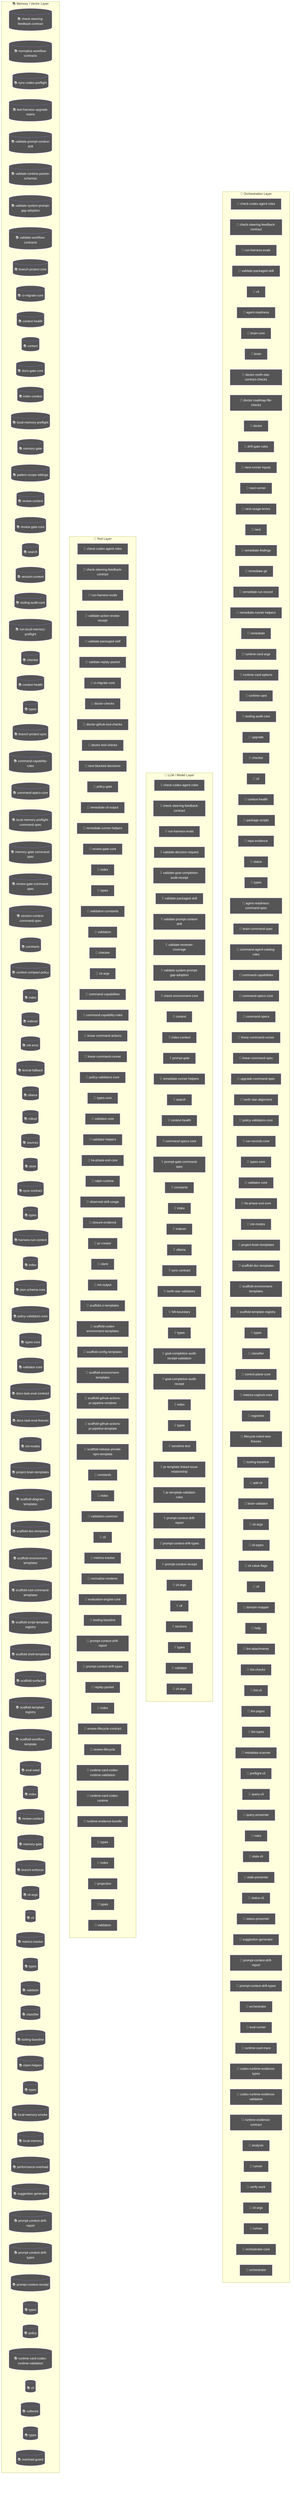
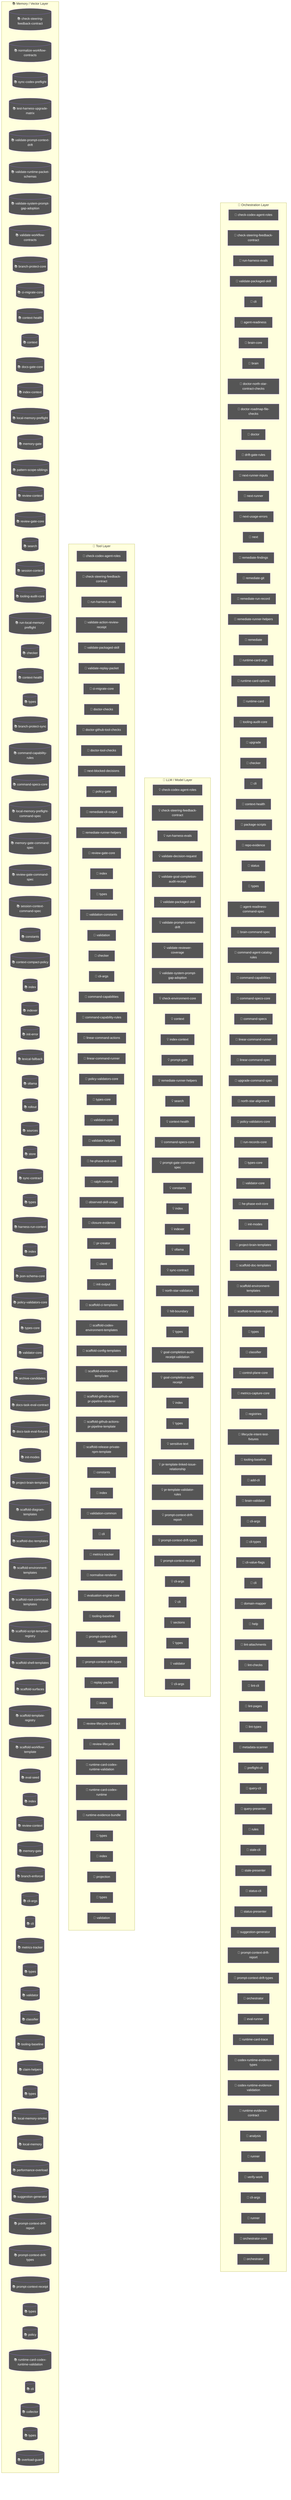
flowchart TD
  subgraph Orchestration["🎯 Orchestration Layer"]
    node_agent_mmd_orchestration_layer_orchestration_chec_7a9f0b64["🤖 check-codex-agent-roles"]
    node_agent_mmd_orchestration_layer_orchestration_chec_7fd47f5c["🤖 check-steering-feedback-contract"]
    node_agent_mmd_orchestration_layer_orchestration_run__18817957["🤖 run-harness-evals"]
    node_agent_mmd_orchestration_layer_orchestration_vali_c01b04be["🤖 validate-packaged-skill"]
    cli_99bb8840["🤖 cli"]
    agent_readiness_c82c68e6["🤖 agent-readiness"]
    brain_core_aa07c380["🤖 brain-core"]
    brain_bbbf7a64["🤖 brain"]
    doctor_north_star_contract_checks_0048124c["🤖 doctor-north-star-contract-checks"]
    doctor_roadmap_file_checks_14447b8e["🤖 doctor-roadmap-file-checks"]
    doctor_72f4be89["🤖 doctor"]
    drift_gate_rules_9685e72d["🤖 drift-gate-rules"]
    next_runner_inputs_754dba64["🤖 next-runner-inputs"]
    next_runner_41643472["🤖 next-runner"]
    next_usage_errors_837a345a["🤖 next-usage-errors"]
    next_c6c1c9a9["🤖 next"]
    remediate_findings_8b09c8c6["🤖 remediate-findings"]
    remediate_git_58c6f6f4["🤖 remediate-git"]
    remediate_run_record_9dfe5dc1["🤖 remediate-run-record"]
    node_agent_mmd_orchestration_layer_orchestration_reme_359fe98f["🤖 remediate-runner-helpers"]
    remediate_06b9c7fc["🤖 remediate"]
    runtime_card_args_2b3d4b28["🤖 runtime-card-args"]
    runtime_card_options_c9156ad5["🤖 runtime-card-options"]
    runtime_card_e06b53e1["🤖 runtime-card"]
    node_agent_mmd_orchestration_layer_orchestration_tool_acfe0c01["🤖 tooling-audit-core"]
    upgrade_7fef9479["🤖 upgrade"]
    node_agent_mmd_orchestration_layer_orchestration_chec_0550c395["🤖 checker"]
    cli_1_084e05fe["🤖 cli"]
    node_agent_mmd_orchestration_layer_orchestration_cont_61b3b9c9["🤖 context-health"]
    package_scripts_3ee6150f["🤖 package-scripts"]
    repo_evidence_38bb1de5["🤖 repo-evidence"]
    status_073c1634["🤖 status"]
    node_agent_mmd_orchestration_layer_orchestration_type_4f906dcc["🤖 types"]
    agent_readiness_command_spec_a30c2c1e["🤖 agent-readiness-command-spec"]
    brain_command_spec_15b122d5["🤖 brain-command-spec"]
    command_agent_catalog_rules_8e06b2af["🤖 command-agent-catalog-rules"]
    node_agent_mmd_orchestration_layer_orchestration_comm_6e41a7f7["🤖 command-capabilities"]
    node_agent_mmd_orchestration_layer_orchestration_comm_1f8cc24c["🤖 command-specs-core"]
    command_specs_69167c63["🤖 command-specs"]
    node_agent_mmd_orchestration_layer_orchestration_line_b67affd5["🤖 linear-command-runner"]
    linear_command_spec_1e12dd44["🤖 linear-command-spec"]
    upgrade_command_spec_03f6c7bd["🤖 upgrade-command-spec"]
    north_star_alignment_00440188["🤖 north-star-alignment"]
    node_agent_mmd_orchestration_layer_orchestration_poli_3270b55d["🤖 policy-validators-core"]
    run_records_core_89286dfa["🤖 run-records-core"]
    node_agent_mmd_orchestration_layer_orchestration_type_7cf81261["🤖 types-core"]
    node_agent_mmd_orchestration_layer_orchestration_vali_d9fe99e6["🤖 validator-core"]
    node_agent_mmd_orchestration_layer_orchestration_he_p_fc778c24["🤖 he-phase-exit-core"]
    node_agent_mmd_orchestration_layer_orchestration_init_2a9c3ecb["🤖 init-modes"]
    node_agent_mmd_orchestration_layer_orchestration_proj_6ab6f60f["🤖 project-brain-templates"]
    node_agent_mmd_orchestration_layer_orchestration_scaf_12cc07db["🤖 scaffold-doc-templates"]
    node_agent_mmd_orchestration_layer_orchestration_scaf_c9a90c2f["🤖 scaffold-environment-templates"]
    node_agent_mmd_orchestration_layer_orchestration_scaf_ff8f92f6["🤖 scaffold-template-registry"]
    types_16_0fae1112["🤖 types"]
    node_agent_mmd_orchestration_layer_orchestration_clas_899b821a["🤖 classifier"]
    control_plane_core_db3b4cb2["🤖 control-plane-core"]
    metrics_capture_core_db4bf7cf["🤖 metrics-capture-core"]
    registries_06402afa["🤖 registries"]
    lifecycle_intent_test_fixtures_a53c7ada["🤖 lifecycle-intent-test-fixtures"]
    node_agent_mmd_orchestration_layer_orchestration_tool_cc43149f["🤖 tooling-baseline"]
    add_cli_7614de25["🤖 add-cli"]
    brain_validator_be251832["🤖 brain-validator"]
    cli_args_8_d546936e["🤖 cli-args"]
    cli_types_1686e858["🤖 cli-types"]
    cli_value_flags_732a8e43["🤖 cli-value-flags"]
    cli_9_b54c1407["🤖 cli"]
    domain_mapper_cd9333d2["🤖 domain-mapper"]
    help_106a5842["🤖 help"]
    lint_attachments_873c0632["🤖 lint-attachments"]
    lint_checks_83522b19["🤖 lint-checks"]
    lint_cli_9ec62ec0["🤖 lint-cli"]
    lint_pages_e33301d0["🤖 lint-pages"]
    lint_types_2862c255["🤖 lint-types"]
    metadata_scanner_6a101b66["🤖 metadata-scanner"]
    preflight_cli_5d148379["🤖 preflight-cli"]
    query_cli_b95be64d["🤖 query-cli"]
    query_presenter_02e6077c["🤖 query-presenter"]
    rules_6c621d1a["🤖 rules"]
    stale_cli_64548720["🤖 stale-cli"]
    stale_presenter_1de4e3a2["🤖 stale-presenter"]
    status_cli_4c24a0d6["🤖 status-cli"]
    status_presenter_8de686c1["🤖 status-presenter"]
    node_agent_mmd_orchestration_layer_orchestration_sugg_85c5ebe3["🤖 suggestion-generator"]
    node_agent_mmd_orchestration_layer_orchestration_prom_d17b4de2["🤖 prompt-context-drift-report"]
    node_agent_mmd_orchestration_layer_orchestration_prom_77088997["🤖 prompt-context-drift-types"]
    orchestrator_11376b7e["🤖 orchestrator"]
    eval_runner_0966a6b3["🤖 eval-runner"]
    runtime_card_trace_64a5ca95["🤖 runtime-card-trace"]
    codex_runtime_evidence_types_f55808dd["🤖 codex-runtime-evidence-types"]
    codex_runtime_evidence_validation_d060a92d["🤖 codex-runtime-evidence-validation"]
    runtime_evidence_contract_0f7b15b2["🤖 runtime-evidence-contract"]
    analysis_f44e85c4["🤖 analysis"]
    runner_527aa9f4["🤖 runner"]
    verify_work_1_cd8e7ec3["🤖 verify-work"]
    cli_args_14_3481043e["🤖 cli-args"]
    runner_1_6f281bf8["🤖 runner"]
    orchestrator_core_d0678b53["🤖 orchestrator-core"]
    orchestrator_1_6b7137c5["🤖 orchestrator"]
  end
  subgraph LLMLayer["🧠 LLM / Model Layer"]
    node_agent_mmd_llm_model_layer_llmlayer_check_codex_a_29e7b7fa["💡 check-codex-agent-roles"]
    node_agent_mmd_llm_model_layer_llmlayer_check_steerin_0e1bf90d["💡 check-steering-feedback-contract"]
    node_agent_mmd_llm_model_layer_llmlayer_run_harness_e_603fcfdc["💡 run-harness-evals"]
    validate_decision_request_2e5c325e["💡 validate-decision-request"]
    validate_goal_completion_audit_receipt_100d252c["💡 validate-goal-completion-audit-receipt"]
    node_agent_mmd_llm_model_layer_llmlayer_validate_pack_2a12e1f4["💡 validate-packaged-skill"]
    node_agent_mmd_llm_model_layer_llmlayer_validate_prom_9880f764["💡 validate-prompt-context-drift"]
    validate_reviewer_coverage_251efee3["💡 validate-reviewer-coverage"]
    node_agent_mmd_llm_model_layer_llmlayer_validate_syst_5636156e["💡 validate-system-prompt-gap-adoption"]
    check_environment_core_2c16213f["💡 check-environment-core"]
    node_agent_mmd_llm_model_layer_llmlayer_context_conte_ad2dfbd9["💡 context"]
    node_agent_mmd_llm_model_layer_llmlayer_index_context_1041bd11["💡 index-context"]
    prompt_gate_c5e9d207["💡 prompt-gate"]
    node_agent_mmd_llm_model_layer_llmlayer_remediate_run_9e3d4585["💡 remediate-runner-helpers"]
    node_agent_mmd_llm_model_layer_llmlayer_search_search_66b9a911["💡 search"]
    node_agent_mmd_llm_model_layer_llmlayer_context_healt_cfc0bfa8["💡 context-health"]
    node_agent_mmd_llm_model_layer_llmlayer_command_specs_782af9fa["💡 command-specs-core"]
    prompt_gate_command_spec_9a941482["💡 prompt-gate-command-spec"]
    node_agent_mmd_llm_model_layer_llmlayer_constants_con_c9bd3f6c["💡 constants"]
    node_agent_mmd_llm_model_layer_llmlayer_index_index_1_02e160ff["💡 index"]
    node_agent_mmd_llm_model_layer_llmlayer_indexer_index_4f4deef5["💡 indexer"]
    node_agent_mmd_llm_model_layer_llmlayer_ollama_ollama_968b23fa["💡 ollama"]
    node_agent_mmd_llm_model_layer_llmlayer_sync_contract_9f3cc8c1["💡 sync-contract"]
    north_star_validators_cfc926ce["💡 north-star-validators"]
    hilt_boundary_9b36fb15["💡 hilt-boundary"]
    types_10_75e5a4a0["💡 types"]
    goal_completion_audit_receipt_validation_9d0f4891["💡 goal-completion-audit-receipt-validation"]
    goal_completion_audit_receipt_5e4939c3["💡 goal-completion-audit-receipt"]
    index_5_522f772a["💡 index"]
    node_agent_mmd_llm_model_layer_llmlayer_constants_con_c9bd3f6c["💡 constants"]
    types_17_ed30531c["💡 types"]
    sensitive_text_7c11f760["💡 sensitive-text"]
    pr_template_linked_issue_relationship_a7b61f2c["💡 pr-template-linked-issue-relationship"]
    pr_template_validator_rules_20a32d6b["💡 pr-template-validator-rules"]
    node_agent_mmd_llm_model_layer_llmlayer_index_index_1_02e160ff["💡 index"]
    node_agent_mmd_llm_model_layer_llmlayer_prompt_contex_81f9066a["💡 prompt-context-drift-report"]
    node_agent_mmd_llm_model_layer_llmlayer_prompt_contex_e5066b88["💡 prompt-context-drift-types"]
    node_agent_mmd_llm_model_layer_llmlayer_index_index_1_02e160ff["💡 index"]
    node_agent_mmd_llm_model_layer_llmlayer_prompt_contex_6426acc2["💡 prompt-context-receipt"]
    cli_args_9_9c136878["💡 cli-args"]
    cli_10_35dc8cbd["💡 cli"]
    sections_4697ef32["💡 sections"]
    types_27_4d134744["💡 types"]
    validator_7_f836eb0e["💡 validator"]
    cli_args_10_861cdd3f["💡 cli-args"]
  end
  subgraph ToolLayer["🔧 Tool Layer"]
    node_agent_mmd_tool_layer_toollayer_check_codex_agent_4b361d5a["🔧 check-codex-agent-roles"]
    node_agent_mmd_tool_layer_toollayer_check_steering_fe_eafecf3a["🔧 check-steering-feedback-contract"]
    node_agent_mmd_tool_layer_toollayer_run_harness_evals_e2ee24f1["🔧 run-harness-evals"]
    validate_action_review_receipt_fa2f06c3["🔧 validate-action-review-receipt"]
    node_agent_mmd_tool_layer_toollayer_validate_packaged_2855c827["🔧 validate-packaged-skill"]
    validate_replay_packet_f309747e["🔧 validate-replay-packet"]
    node_agent_mmd_tool_layer_toollayer_ci_migrate_core_c_049f8460["🔧 ci-migrate-core"]
    doctor_checks_5a2eb2b9["🔧 doctor-checks"]
    doctor_github_tool_checks_a53b0382["🔧 doctor-github-tool-checks"]
    doctor_tool_checks_4acac51a["🔧 doctor-tool-checks"]
    next_blocked_decisions_4140ad2b["🔧 next-blocked-decisions"]
    policy_gate_213f7313["🔧 policy-gate"]
    remediate_cli_output_cc165396["🔧 remediate-cli-output"]
    node_agent_mmd_tool_layer_toollayer_remediate_runner__c003b871["🔧 remediate-runner-helpers"]
    node_agent_mmd_tool_layer_toollayer_review_gate_core__7704598b["🔧 review-gate-core"]
    index_1bc04b52["🔧 index"]
    types_1_4ecdf56e["🔧 types"]
    validation_constants_e002a0f6["🔧 validation-constants"]
    validation_98c41dcd["🔧 validation"]
    node_agent_mmd_tool_layer_toollayer_checker_checker_2_453d593b["🔧 checker"]
    cli_args_1_6144b055["🔧 cli-args"]
    node_agent_mmd_tool_layer_toollayer_command_capabilit_7fe13db1["🔧 command-capabilities"]
    node_agent_mmd_tool_layer_toollayer_command_capabilit_e97a4615["🔧 command-capability-rules"]
    linear_command_actions_e430f4f4["🔧 linear-command-actions"]
    node_agent_mmd_tool_layer_toollayer_linear_command_ru_d6763748["🔧 linear-command-runner"]
    node_agent_mmd_tool_layer_toollayer_policy_validators_af136abf["🔧 policy-validators-core"]
    node_agent_mmd_tool_layer_toollayer_types_core_types__6c8319b6["🔧 types-core"]
    node_agent_mmd_tool_layer_toollayer_validator_core_va_6ef6131f["🔧 validator-core"]
    validator_helpers_7b927667["🔧 validator-helpers"]
    node_agent_mmd_tool_layer_toollayer_he_phase_exit_cor_af016160["🔧 he-phase-exit-core"]
    ralph_runtime_73d63c0e["🔧 ralph-runtime"]
    observed_skill_usage_ed7d5930["🔧 observed-skill-usage"]
    closure_evidence_aaa31467["🔧 closure-evidence"]
    pr_creator_dc6b1ea4["🔧 pr-creator"]
    client_948fe603["🔧 client"]
    init_output_360dce91["🔧 init-output"]
    scaffold_ci_templates_2afd6392["🔧 scaffold-ci-templates"]
    scaffold_codex_environment_templates_334fbbed["🔧 scaffold-codex-environment-templates"]
    scaffold_config_templates_4b80ce53["🔧 scaffold-config-templates"]
    node_agent_mmd_tool_layer_toollayer_scaffold_environm_c1afc013["🔧 scaffold-environment-templates"]
    scaffold_github_actions_pr_pipeline_renderer_1ee18de5["🔧 scaffold-github-actions-pr-pipeline-renderer"]
    scaffold_github_actions_pr_pipeline_template_e2b85f62["🔧 scaffold-github-actions-pr-pipeline-template"]
    scaffold_release_private_npm_template_075499f8["🔧 scaffold-release-private-npm-template"]
    node_agent_mmd_tool_layer_toollayer_constants_constan_9d71b829["🔧 constants"]
    index_9_32dd4d91["🔧 index"]
    validation_common_6161e48b["🔧 validation-common"]
    node_agent_mmd_tool_layer_toollayer_cli_cli_2_1_32d9eeaf["🔧 cli"]
    node_agent_mmd_tool_layer_toollayer_metrics_tracker_m_4c9237d8["🔧 metrics-tracker"]
    normalise_renderer_85f2e563["🔧 normalise-renderer"]
    evaluation_engine_core_e054fe49["🔧 evaluation-engine-core"]
    node_agent_mmd_tool_layer_toollayer_tooling_baseline__61e66e9f["🔧 tooling-baseline"]
    node_agent_mmd_tool_layer_toollayer_prompt_context_dr_a2772f2b["🔧 prompt-context-drift-report"]
    node_agent_mmd_tool_layer_toollayer_prompt_context_dr_bd82da46["🔧 prompt-context-drift-types"]
    replay_packet_a1293f88["🔧 replay-packet"]
    index_14_d982116c["🔧 index"]
    review_lifecycle_contract_e5447221["🔧 review-lifecycle-contract"]
    review_lifecycle_89afa64c["🔧 review-lifecycle"]
    node_agent_mmd_tool_layer_toollayer_runtime_card_code_3636ceac["🔧 runtime-card-codex-runtime-validation"]
    runtime_card_codex_runtime_0655e230["🔧 runtime-card-codex-runtime"]
    runtime_evidence_bundle_d471a232["🔧 runtime-evidence-bundle"]
    types_36_674380ec["🔧 types"]
    index_17_642943a2["🔧 index"]
    projection_1b250ea1["🔧 projection"]
    types_38_e8efcd57["🔧 types"]
    validation_7_c4e6d8b6["🔧 validation"]
  end
  subgraph MemoryLayer["📚 Memory / Vector Layer"]
    node_agent_mmd_memory_vector_layer_memorylayer_check__64c86928[("📚 check-steering-feedback-contract")]
    normalize_workflow_contracts_8701f1c8[("📚 normalize-workflow-contracts")]
    sync_codex_preflight_7e7a8dc2[("📚 sync-codex-preflight")]
    test_harness_upgrade_matrix_84113c4e[("📚 test-harness-upgrade-matrix")]
    node_agent_mmd_memory_vector_layer_memorylayer_valida_c52c4db8[("📚 validate-prompt-context-drift")]
    validate_runtime_packet_schemas_bc3ba8ec[("📚 validate-runtime-packet-schemas")]
    node_agent_mmd_memory_vector_layer_memorylayer_valida_db599a97[("📚 validate-system-prompt-gap-adoption")]
    validate_workflow_contracts_33dc063c[("📚 validate-workflow-contracts")]
    branch_protect_core_a8feb0fd[("📚 branch-protect-core")]
    node_agent_mmd_memory_vector_layer_memorylayer_ci_mig_0cd5b1a4[("📚 ci-migrate-core")]
    context_health_80bb7da9[("📚 context-health")]
    node_agent_mmd_memory_vector_layer_memorylayer_contex_78ceaaa9[("📚 context")]
    docs_gate_core_eb9b6c18[("📚 docs-gate-core")]
    node_agent_mmd_memory_vector_layer_memorylayer_index__6f3402d0[("📚 index-context")]
    local_memory_preflight_dcc36c42[("📚 local-memory-preflight")]
    memory_gate_a577a506[("📚 memory-gate")]
    pattern_scope_siblings_43abe000[("📚 pattern-scope-siblings")]
    review_context_ca6cf81d[("📚 review-context")]
    node_agent_mmd_memory_vector_layer_memorylayer_review_5bee9816[("📚 review-gate-core")]
    node_agent_mmd_memory_vector_layer_memorylayer_search_ac35cb7e[("📚 search")]
    session_context_e5ec72c0[("📚 session-context")]
    node_agent_mmd_memory_vector_layer_memorylayer_toolin_a1185b8f[("📚 tooling-audit-core")]
    run_local_memory_preflight_36e92808[("📚 run-local-memory-preflight")]
    node_agent_mmd_memory_vector_layer_memorylayer_checke_a583eb4f[("📚 checker")]
    node_agent_mmd_memory_vector_layer_memorylayer_contex_3204aa0e[("📚 context-health")]
    node_agent_mmd_memory_vector_layer_memorylayer_types__9ad640a0[("📚 types")]
    branch_protect_sync_570adb18[("📚 branch-protect-sync")]
    node_agent_mmd_memory_vector_layer_memorylayer_comman_c72a5d05[("📚 command-capability-rules")]
    node_agent_mmd_memory_vector_layer_memorylayer_comman_111eb454[("📚 command-specs-core")]
    local_memory_preflight_command_spec_9e23f3ce[("📚 local-memory-preflight-command-spec")]
    memory_gate_command_spec_dc9001a9[("📚 memory-gate-command-spec")]
    review_gate_command_spec_3187376a[("📚 review-gate-command-spec")]
    session_context_command_spec_973afbb1[("📚 session-context-command-spec")]
    node_agent_mmd_memory_vector_layer_memorylayer_consta_702d3f46[("📚 constants")]
    context_compact_policy_3dcaf95d[("📚 context-compact-policy")]
    node_agent_mmd_memory_vector_layer_memorylayer_index__752bc61e[("📚 index")]
    node_agent_mmd_memory_vector_layer_memorylayer_indexe_93e6d86f[("📚 indexer")]
    init_error_5c7dd49f[("📚 init-error")]
    lexical_fallback_723e2b3e[("📚 lexical-fallback")]
    node_agent_mmd_memory_vector_layer_memorylayer_ollama_6d51be16[("📚 ollama")]
    rollout_a4fa034c[("📚 rollout")]
    sources_878a52fc[("📚 sources")]
    store_824d80d7[("📚 store")]
    node_agent_mmd_memory_vector_layer_memorylayer_sync_c_e43418bc[("📚 sync-contract")]
    types_8_f6283648[("📚 types")]
    harness_run_context_ac7c77a9[("📚 harness-run-context")]
    index_4_013aa0e3[("📚 index")]
    json_schema_core_96d7e328[("📚 json-schema-core")]
    node_agent_mmd_memory_vector_layer_memorylayer_policy_1944de42[("📚 policy-validators-core")]
    node_agent_mmd_memory_vector_layer_memorylayer_types__83f369fa[("📚 types-core")]
    node_agent_mmd_memory_vector_layer_memorylayer_valida_41034356[("📚 validator-core")]
+     archive_candidates_dc0e40e1[("📚 archive-candidates")]
    docs_task_eval_contract_79347457[("📚 docs-task-eval-contract")]
    docs_task_eval_fixtures_44902755[("📚 docs-task-eval-fixtures")]
    node_agent_mmd_memory_vector_layer_memorylayer_init_m_333d02c5[("📚 init-modes")]
    node_agent_mmd_memory_vector_layer_memorylayer_projec_3ae304d9[("📚 project-brain-templates")]
    scaffold_diagram_templates_dd88e83c[("📚 scaffold-diagram-templates")]
    node_agent_mmd_memory_vector_layer_memorylayer_scaffo_5fd73b94[("📚 scaffold-doc-templates")]
    node_agent_mmd_memory_vector_layer_memorylayer_scaffo_12b42341[("📚 scaffold-environment-templates")]
    scaffold_root_command_templates_404fed7f[("📚 scaffold-root-command-templates")]
    scaffold_script_template_registry_69312d4e[("📚 scaffold-script-template-registry")]
    scaffold_shell_templates_0ad0f915[("📚 scaffold-shell-templates")]
    scaffold_surfaces_12d6494e[("📚 scaffold-surfaces")]
    node_agent_mmd_memory_vector_layer_memorylayer_scaffo_a86eece1[("📚 scaffold-template-registry")]
    scaffold_workflow_template_92310587[("📚 scaffold-workflow-template")]
    eval_seed_5699fd3e[("📚 eval-seed")]
    index_10_f6785a46[("📚 index")]
    review_context_1_e3afed15[("📚 review-context")]
    memory_gate_1_265164ac[("📚 memory-gate")]
    branch_enforcer_acb749cd[("📚 branch-enforcer")]
    cli_args_5_09ea29f0[("📚 cli-args")]
    node_agent_mmd_memory_vector_layer_memorylayer_cli_cl_1f1f89ab[("📚 cli")]
    node_agent_mmd_memory_vector_layer_memorylayer_metric_12562178[("📚 metrics-tracker")]
    types_19_eb4ad5f0[("📚 types")]
    validator_5_b19ac2be[("📚 validator")]
    node_agent_mmd_memory_vector_layer_memorylayer_classi_1ebbf5ff[("📚 classifier")]
    node_agent_mmd_memory_vector_layer_memorylayer_toolin_14f86b00[("📚 tooling-baseline")]
    claim_helpers_20dc8387[("📚 claim-helpers")]
    types_24_c63dc1a7[("📚 types")]
    local_memory_smoke_1175abfc[("📚 local-memory-smoke")]
    local_memory_0db17ecc[("📚 local-memory")]
    performance_overload_c685bfcf[("📚 performance-overload")]
    node_agent_mmd_memory_vector_layer_memorylayer_sugges_267f408d[("📚 suggestion-generator")]
    node_agent_mmd_memory_vector_layer_memorylayer_index__752bc61e[("📚 index")]
    node_agent_mmd_memory_vector_layer_memorylayer_prompt_ae34fc43[("📚 prompt-context-drift-report")]
    node_agent_mmd_memory_vector_layer_memorylayer_prompt_efd77624[("📚 prompt-context-drift-types")]
    node_agent_mmd_memory_vector_layer_memorylayer_index__752bc61e[("📚 index")]
    node_agent_mmd_memory_vector_layer_memorylayer_prompt_55c0d605[("📚 prompt-context-receipt")]
    types_31_eb363e20[("📚 types")]
    policy_1_fc4198db[("📚 policy")]
    node_agent_mmd_memory_vector_layer_memorylayer_runtim_a5d23e7f[("📚 runtime-card-codex-runtime-validation")]
    cli_11_338a8415[("📚 cli")]
    collector_0736fd5b[("📚 collector")]
    types_34_85e6a0bb[("📚 types")]
    overload_guard_2748c559[("📚 overload-guard")]
  end
  classDef agentNode fill:#555,color:#fff
  class node_agent_mmd_orchestration_layer_orchestration_chec_7a9f0b64,node_agent_mmd_llm_model_layer_llmlayer_check_codex_a_29e7b7fa,node_agent_mmd_tool_layer_toollayer_check_codex_agent_4b361d5a,node_agent_mmd_orchestration_layer_orchestration_chec_7fd47f5c,node_agent_mmd_llm_model_layer_llmlayer_check_steerin_0e1bf90d,node_agent_mmd_tool_layer_toollayer_check_steering_fe_eafecf3a,node_agent_mmd_memory_vector_layer_memorylayer_check__64c86928,node_agent_mmd_orchestration_layer_orchestration_run__18817957,node_agent_mmd_llm_model_layer_llmlayer_run_harness_e_603fcfdc,node_agent_mmd_tool_layer_toollayer_run_harness_evals_e2ee24f1,node_agent_mmd_orchestration_layer_orchestration_vali_c01b04be,node_agent_mmd_llm_model_layer_llmlayer_validate_pack_2a12e1f4,node_agent_mmd_tool_layer_toollayer_validate_packaged_2855c827,cli_99bb8840,agent_readiness_c82c68e6,brain_core_aa07c380,brain_bbbf7a64,doctor_north_star_contract_checks_0048124c,doctor_roadmap_file_checks_14447b8e,doctor_72f4be89,drift_gate_rules_9685e72d,next_runner_inputs_754dba64,next_runner_41643472,next_usage_errors_837a345a,next_c6c1c9a9,remediate_findings_8b09c8c6,remediate_git_58c6f6f4,remediate_run_record_9dfe5dc1,node_agent_mmd_orchestration_layer_orchestration_reme_359fe98f,node_agent_mmd_llm_model_layer_llmlayer_remediate_run_9e3d4585,node_agent_mmd_tool_layer_toollayer_remediate_runner__c003b871,remediate_06b9c7fc,runtime_card_args_2b3d4b28,runtime_card_options_c9156ad5,runtime_card_e06b53e1,node_agent_mmd_orchestration_layer_orchestration_tool_acfe0c01,node_agent_mmd_memory_vector_layer_memorylayer_toolin_a1185b8f,upgrade_7fef9479,node_agent_mmd_orchestration_layer_orchestration_chec_0550c395,node_agent_mmd_tool_layer_toollayer_checker_checker_2_453d593b,node_agent_mmd_memory_vector_layer_memorylayer_checke_a583eb4f,cli_1_084e05fe,node_agent_mmd_orchestration_layer_orchestration_cont_61b3b9c9,node_agent_mmd_llm_model_layer_llmlayer_context_healt_cfc0bfa8,node_agent_mmd_memory_vector_layer_memorylayer_contex_3204aa0e,package_scripts_3ee6150f,repo_evidence_38bb1de5,status_073c1634,node_agent_mmd_orchestration_layer_orchestration_type_4f906dcc,node_agent_mmd_memory_vector_layer_memorylayer_types__9ad640a0,agent_readiness_command_spec_a30c2c1e,brain_command_spec_15b122d5,command_agent_catalog_rules_8e06b2af,node_agent_mmd_orchestration_layer_orchestration_comm_6e41a7f7,node_agent_mmd_tool_layer_toollayer_command_capabilit_7fe13db1,node_agent_mmd_orchestration_layer_orchestration_comm_1f8cc24c,node_agent_mmd_llm_model_layer_llmlayer_command_specs_782af9fa,node_agent_mmd_memory_vector_layer_memorylayer_comman_111eb454,command_specs_69167c63,node_agent_mmd_orchestration_layer_orchestration_line_b67affd5,node_agent_mmd_tool_layer_toollayer_linear_command_ru_d6763748,linear_command_spec_1e12dd44,upgrade_command_spec_03f6c7bd,north_star_alignment_00440188,node_agent_mmd_orchestration_layer_orchestration_poli_3270b55d,node_agent_mmd_tool_layer_toollayer_policy_validators_af136abf,node_agent_mmd_memory_vector_layer_memorylayer_policy_1944de42,run_records_core_89286dfa,node_agent_mmd_orchestration_layer_orchestration_type_7cf81261,node_agent_mmd_tool_layer_toollayer_types_core_types__6c8319b6,node_agent_mmd_memory_vector_layer_memorylayer_types__83f369fa,node_agent_mmd_orchestration_layer_orchestration_vali_d9fe99e6,node_agent_mmd_tool_layer_toollayer_validator_core_va_6ef6131f,node_agent_mmd_memory_vector_layer_memorylayer_valida_41034356,node_agent_mmd_orchestration_layer_orchestration_he_p_fc778c24,node_agent_mmd_tool_layer_toollayer_he_phase_exit_cor_af016160,node_agent_mmd_orchestration_layer_orchestration_init_2a9c3ecb,node_agent_mmd_memory_vector_layer_memorylayer_init_m_333d02c5,node_agent_mmd_orchestration_layer_orchestration_proj_6ab6f60f,node_agent_mmd_memory_vector_layer_memorylayer_projec_3ae304d9,node_agent_mmd_orchestration_layer_orchestration_scaf_12cc07db,node_agent_mmd_memory_vector_layer_memorylayer_scaffo_5fd73b94,node_agent_mmd_orchestration_layer_orchestration_scaf_c9a90c2f,node_agent_mmd_tool_layer_toollayer_scaffold_environm_c1afc013,node_agent_mmd_memory_vector_layer_memorylayer_scaffo_12b42341,node_agent_mmd_orchestration_layer_orchestration_scaf_ff8f92f6,node_agent_mmd_memory_vector_layer_memorylayer_scaffo_a86eece1,types_16_0fae1112,node_agent_mmd_orchestration_layer_orchestration_clas_899b821a,node_agent_mmd_memory_vector_layer_memorylayer_classi_1ebbf5ff,control_plane_core_db3b4cb2,metrics_capture_core_db4bf7cf,registries_06402afa,lifecycle_intent_test_fixtures_a53c7ada,node_agent_mmd_orchestration_layer_orchestration_tool_cc43149f,node_agent_mmd_tool_layer_toollayer_tooling_baseline__61e66e9f,node_agent_mmd_memory_vector_layer_memorylayer_toolin_14f86b00,add_cli_7614de25,brain_validator_be251832,cli_args_8_d546936e,cli_types_1686e858,cli_value_flags_732a8e43,cli_9_b54c1407,domain_mapper_cd9333d2,help_106a5842,lint_attachments_873c0632,lint_checks_83522b19,lint_cli_9ec62ec0,lint_pages_e33301d0,lint_types_2862c255,metadata_scanner_6a101b66,preflight_cli_5d148379,query_cli_b95be64d,query_presenter_02e6077c,rules_6c621d1a,stale_cli_64548720,stale_presenter_1de4e3a2,status_cli_4c24a0d6,status_presenter_8de686c1,node_agent_mmd_orchestration_layer_orchestration_sugg_85c5ebe3,node_agent_mmd_memory_vector_layer_memorylayer_sugges_267f408d,node_agent_mmd_orchestration_layer_orchestration_prom_d17b4de2,node_agent_mmd_llm_model_layer_llmlayer_prompt_contex_81f9066a,node_agent_mmd_tool_layer_toollayer_prompt_context_dr_a2772f2b,node_agent_mmd_memory_vector_layer_memorylayer_prompt_ae34fc43,node_agent_mmd_orchestration_layer_orchestration_prom_77088997,node_agent_mmd_llm_model_layer_llmlayer_prompt_contex_e5066b88,node_agent_mmd_tool_layer_toollayer_prompt_context_dr_bd82da46,node_agent_mmd_memory_vector_layer_memorylayer_prompt_efd77624,orchestrator_11376b7e,eval_runner_0966a6b3,runtime_card_trace_64a5ca95,codex_runtime_evidence_types_f55808dd,codex_runtime_evidence_validation_d060a92d,runtime_evidence_contract_0f7b15b2,analysis_f44e85c4,runner_527aa9f4,verify_work_1_cd8e7ec3,cli_args_14_3481043e,runner_1_6f281bf8,orchestrator_core_d0678b53,orchestrator_1_6b7137c5 agentNode
  classDef llmNode fill:#555,color:#fff
  class node_agent_mmd_orchestration_layer_orchestration_chec_7a9f0b64,node_agent_mmd_llm_model_layer_llmlayer_check_codex_a_29e7b7fa,node_agent_mmd_tool_layer_toollayer_check_codex_agent_4b361d5a,node_agent_mmd_orchestration_layer_orchestration_chec_7fd47f5c,node_agent_mmd_llm_model_layer_llmlayer_check_steerin_0e1bf90d,node_agent_mmd_tool_layer_toollayer_check_steering_fe_eafecf3a,node_agent_mmd_memory_vector_layer_memorylayer_check__64c86928,node_agent_mmd_orchestration_layer_orchestration_run__18817957,node_agent_mmd_llm_model_layer_llmlayer_run_harness_e_603fcfdc,node_agent_mmd_tool_layer_toollayer_run_harness_evals_e2ee24f1,validate_decision_request_2e5c325e,validate_goal_completion_audit_receipt_100d252c,node_agent_mmd_orchestration_layer_orchestration_vali_c01b04be,node_agent_mmd_llm_model_layer_llmlayer_validate_pack_2a12e1f4,node_agent_mmd_tool_layer_toollayer_validate_packaged_2855c827,node_agent_mmd_llm_model_layer_llmlayer_validate_prom_9880f764,node_agent_mmd_memory_vector_layer_memorylayer_valida_c52c4db8,validate_reviewer_coverage_251efee3,node_agent_mmd_llm_model_layer_llmlayer_validate_syst_5636156e,node_agent_mmd_memory_vector_layer_memorylayer_valida_db599a97,check_environment_core_2c16213f,node_agent_mmd_llm_model_layer_llmlayer_context_conte_ad2dfbd9,node_agent_mmd_memory_vector_layer_memorylayer_contex_78ceaaa9,node_agent_mmd_llm_model_layer_llmlayer_index_context_1041bd11,node_agent_mmd_memory_vector_layer_memorylayer_index__6f3402d0,prompt_gate_c5e9d207,node_agent_mmd_orchestration_layer_orchestration_reme_359fe98f,node_agent_mmd_llm_model_layer_llmlayer_remediate_run_9e3d4585,node_agent_mmd_tool_layer_toollayer_remediate_runner__c003b871,node_agent_mmd_llm_model_layer_llmlayer_search_search_66b9a911,node_agent_mmd_memory_vector_layer_memorylayer_search_ac35cb7e,node_agent_mmd_orchestration_layer_orchestration_cont_61b3b9c9,node_agent_mmd_llm_model_layer_llmlayer_context_healt_cfc0bfa8,node_agent_mmd_memory_vector_layer_memorylayer_contex_3204aa0e,node_agent_mmd_orchestration_layer_orchestration_comm_1f8cc24c,node_agent_mmd_llm_model_layer_llmlayer_command_specs_782af9fa,node_agent_mmd_memory_vector_layer_memorylayer_comman_111eb454,prompt_gate_command_spec_9a941482,node_agent_mmd_llm_model_layer_llmlayer_constants_con_c9bd3f6c,node_agent_mmd_memory_vector_layer_memorylayer_consta_702d3f46,node_agent_mmd_llm_model_layer_llmlayer_index_index_1_02e160ff,node_agent_mmd_memory_vector_layer_memorylayer_index__752bc61e,node_agent_mmd_llm_model_layer_llmlayer_indexer_index_4f4deef5,node_agent_mmd_memory_vector_layer_memorylayer_indexe_93e6d86f,node_agent_mmd_llm_model_layer_llmlayer_ollama_ollama_968b23fa,node_agent_mmd_memory_vector_layer_memorylayer_ollama_6d51be16,node_agent_mmd_llm_model_layer_llmlayer_sync_contract_9f3cc8c1,node_agent_mmd_memory_vector_layer_memorylayer_sync_c_e43418bc,north_star_validators_cfc926ce,hilt_boundary_9b36fb15,types_10_75e5a4a0,goal_completion_audit_receipt_validation_9d0f4891,goal_completion_audit_receipt_5e4939c3,index_5_522f772a,node_agent_mmd_tool_layer_toollayer_constants_constan_9d71b829,types_17_ed30531c,sensitive_text_7c11f760,pr_template_linked_issue_relationship_a7b61f2c,pr_template_validator_rules_20a32d6b,node_agent_mmd_orchestration_layer_orchestration_prom_d17b4de2,node_agent_mmd_llm_model_layer_llmlayer_prompt_contex_81f9066a,node_agent_mmd_tool_layer_toollayer_prompt_context_dr_a2772f2b,node_agent_mmd_memory_vector_layer_memorylayer_prompt_ae34fc43,node_agent_mmd_orchestration_layer_orchestration_prom_77088997,node_agent_mmd_llm_model_layer_llmlayer_prompt_contex_e5066b88,node_agent_mmd_tool_layer_toollayer_prompt_context_dr_bd82da46,node_agent_mmd_memory_vector_layer_memorylayer_prompt_efd77624,node_agent_mmd_llm_model_layer_llmlayer_prompt_contex_6426acc2,node_agent_mmd_memory_vector_layer_memorylayer_prompt_55c0d605,cli_args_9_9c136878,cli_10_35dc8cbd,sections_4697ef32,types_27_4d134744,validator_7_f836eb0e,cli_args_10_861cdd3f llmNode
  classDef toolNode fill:#555,color:#fff
  class node_agent_mmd_orchestration_layer_orchestration_chec_7a9f0b64,node_agent_mmd_llm_model_layer_llmlayer_check_codex_a_29e7b7fa,node_agent_mmd_tool_layer_toollayer_check_codex_agent_4b361d5a,node_agent_mmd_orchestration_layer_orchestration_chec_7fd47f5c,node_agent_mmd_llm_model_layer_llmlayer_check_steerin_0e1bf90d,node_agent_mmd_tool_layer_toollayer_check_steering_fe_eafecf3a,node_agent_mmd_memory_vector_layer_memorylayer_check__64c86928,node_agent_mmd_orchestration_layer_orchestration_run__18817957,node_agent_mmd_llm_model_layer_llmlayer_run_harness_e_603fcfdc,node_agent_mmd_tool_layer_toollayer_run_harness_evals_e2ee24f1,validate_action_review_receipt_fa2f06c3,node_agent_mmd_orchestration_layer_orchestration_vali_c01b04be,node_agent_mmd_llm_model_layer_llmlayer_validate_pack_2a12e1f4,node_agent_mmd_tool_layer_toollayer_validate_packaged_2855c827,validate_replay_packet_f309747e,node_agent_mmd_tool_layer_toollayer_ci_migrate_core_c_049f8460,node_agent_mmd_memory_vector_layer_memorylayer_ci_mig_0cd5b1a4,doctor_checks_5a2eb2b9,doctor_github_tool_checks_a53b0382,doctor_tool_checks_4acac51a,next_blocked_decisions_4140ad2b,policy_gate_213f7313,remediate_cli_output_cc165396,node_agent_mmd_orchestration_layer_orchestration_reme_359fe98f,node_agent_mmd_llm_model_layer_llmlayer_remediate_run_9e3d4585,node_agent_mmd_tool_layer_toollayer_remediate_runner__c003b871,node_agent_mmd_tool_layer_toollayer_review_gate_core__7704598b,node_agent_mmd_memory_vector_layer_memorylayer_review_5bee9816,index_1bc04b52,types_1_4ecdf56e,validation_constants_e002a0f6,validation_98c41dcd,node_agent_mmd_orchestration_layer_orchestration_chec_0550c395,node_agent_mmd_tool_layer_toollayer_checker_checker_2_453d593b,node_agent_mmd_memory_vector_layer_memorylayer_checke_a583eb4f,cli_args_1_6144b055,node_agent_mmd_orchestration_layer_orchestration_comm_6e41a7f7,node_agent_mmd_tool_layer_toollayer_command_capabilit_7fe13db1,node_agent_mmd_tool_layer_toollayer_command_capabilit_e97a4615,node_agent_mmd_memory_vector_layer_memorylayer_comman_c72a5d05,linear_command_actions_e430f4f4,node_agent_mmd_orchestration_layer_orchestration_line_b67affd5,node_agent_mmd_tool_layer_toollayer_linear_command_ru_d6763748,node_agent_mmd_orchestration_layer_orchestration_poli_3270b55d,node_agent_mmd_tool_layer_toollayer_policy_validators_af136abf,node_agent_mmd_memory_vector_layer_memorylayer_policy_1944de42,node_agent_mmd_orchestration_layer_orchestration_type_7cf81261,node_agent_mmd_tool_layer_toollayer_types_core_types__6c8319b6,node_agent_mmd_memory_vector_layer_memorylayer_types__83f369fa,node_agent_mmd_orchestration_layer_orchestration_vali_d9fe99e6,node_agent_mmd_tool_layer_toollayer_validator_core_va_6ef6131f,node_agent_mmd_memory_vector_layer_memorylayer_valida_41034356,validator_helpers_7b927667,node_agent_mmd_orchestration_layer_orchestration_he_p_fc778c24,node_agent_mmd_tool_layer_toollayer_he_phase_exit_cor_af016160,ralph_runtime_73d63c0e,observed_skill_usage_ed7d5930,closure_evidence_aaa31467,pr_creator_dc6b1ea4,client_948fe603,init_output_360dce91,scaffold_ci_templates_2afd6392,scaffold_codex_environment_templates_334fbbed,scaffold_config_templates_4b80ce53,node_agent_mmd_orchestration_layer_orchestration_scaf_c9a90c2f,node_agent_mmd_tool_layer_toollayer_scaffold_environm_c1afc013,node_agent_mmd_memory_vector_layer_memorylayer_scaffo_12b42341,scaffold_github_actions_pr_pipeline_renderer_1ee18de5,scaffold_github_actions_pr_pipeline_template_e2b85f62,scaffold_release_private_npm_template_075499f8,node_agent_mmd_llm_model_layer_llmlayer_constants_con_c9bd3f6c,node_agent_mmd_tool_layer_toollayer_constants_constan_9d71b829,index_9_32dd4d91,validation_common_6161e48b,node_agent_mmd_tool_layer_toollayer_cli_cli_2_1_32d9eeaf,node_agent_mmd_memory_vector_layer_memorylayer_cli_cl_1f1f89ab,node_agent_mmd_tool_layer_toollayer_metrics_tracker_m_4c9237d8,node_agent_mmd_memory_vector_layer_memorylayer_metric_12562178,normalise_renderer_85f2e563,evaluation_engine_core_e054fe49,node_agent_mmd_orchestration_layer_orchestration_tool_cc43149f,node_agent_mmd_tool_layer_toollayer_tooling_baseline__61e66e9f,node_agent_mmd_memory_vector_layer_memorylayer_toolin_14f86b00,node_agent_mmd_orchestration_layer_orchestration_prom_d17b4de2,node_agent_mmd_llm_model_layer_llmlayer_prompt_contex_81f9066a,node_agent_mmd_tool_layer_toollayer_prompt_context_dr_a2772f2b,node_agent_mmd_memory_vector_layer_memorylayer_prompt_ae34fc43,node_agent_mmd_orchestration_layer_orchestration_prom_77088997,node_agent_mmd_llm_model_layer_llmlayer_prompt_contex_e5066b88,node_agent_mmd_tool_layer_toollayer_prompt_context_dr_bd82da46,node_agent_mmd_memory_vector_layer_memorylayer_prompt_efd77624,replay_packet_a1293f88,index_14_d982116c,review_lifecycle_contract_e5447221,review_lifecycle_89afa64c,node_agent_mmd_tool_layer_toollayer_runtime_card_code_3636ceac,node_agent_mmd_memory_vector_layer_memorylayer_runtim_a5d23e7f,runtime_card_codex_runtime_0655e230,runtime_evidence_bundle_d471a232,types_36_674380ec,index_17_642943a2,projection_1b250ea1,types_38_e8efcd57,validation_7_c4e6d8b6 toolNode
  classDef memNode fill:#555,color:#fff
-   class node_agent_mmd_orchestration_layer_orchestration_chec_7fd47f5c,node_agent_mmd_llm_model_layer_llmlayer_check_steerin_0e1bf90d,node_agent_mmd_tool_layer_toollayer_check_steering_fe_eafecf3a,node_agent_mmd_memory_vector_layer_memorylayer_check__64c86928,normalize_workflow_contracts_8701f1c8,sync_codex_preflight_7e7a8dc2,test_harness_upgrade_matrix_84113c4e,node_agent_mmd_llm_model_layer_llmlayer_validate_prom_9880f764,node_agent_mmd_memory_vector_layer_memorylayer_valida_c52c4db8,validate_runtime_packet_schemas_bc3ba8ec,node_agent_mmd_llm_model_layer_llmlayer_validate_syst_5636156e,node_agent_mmd_memory_vector_layer_memorylayer_valida_db599a97,validate_workflow_contracts_33dc063c,branch_protect_core_a8feb0fd,node_agent_mmd_tool_layer_toollayer_ci_migrate_core_c_049f8460,node_agent_mmd_memory_vector_layer_memorylayer_ci_mig_0cd5b1a4,context_health_80bb7da9,node_agent_mmd_llm_model_layer_llmlayer_context_conte_ad2dfbd9,node_agent_mmd_memory_vector_layer_memorylayer_contex_78ceaaa9,docs_gate_core_eb9b6c18,node_agent_mmd_llm_model_layer_llmlayer_index_context_1041bd11,node_agent_mmd_memory_vector_layer_memorylayer_index__6f3402d0,local_memory_preflight_dcc36c42,memory_gate_a577a506,pattern_scope_siblings_43abe000,review_context_ca6cf81d,node_agent_mmd_tool_layer_toollayer_review_gate_core__7704598b,node_agent_mmd_memory_vector_layer_memorylayer_review_5bee9816,node_agent_mmd_llm_model_layer_llmlayer_search_search_66b9a911,node_agent_mmd_memory_vector_layer_memorylayer_search_ac35cb7e,session_context_e5ec72c0,node_agent_mmd_orchestration_layer_orchestration_tool_acfe0c01,node_agent_mmd_memory_vector_layer_memorylayer_toolin_a1185b8f,run_local_memory_preflight_36e92808,node_agent_mmd_orchestration_layer_orchestration_chec_0550c395,node_agent_mmd_tool_layer_toollayer_checker_checker_2_453d593b,node_agent_mmd_memory_vector_layer_memorylayer_checke_a583eb4f,node_agent_mmd_orchestration_layer_orchestration_cont_61b3b9c9,node_agent_mmd_llm_model_layer_llmlayer_context_healt_cfc0bfa8,node_agent_mmd_memory_vector_layer_memorylayer_contex_3204aa0e,node_agent_mmd_orchestration_layer_orchestration_type_4f906dcc,node_agent_mmd_memory_vector_layer_memorylayer_types__9ad640a0,branch_protect_sync_570adb18,node_agent_mmd_tool_layer_toollayer_command_capabilit_e97a4615,node_agent_mmd_memory_vector_layer_memorylayer_comman_c72a5d05,node_agent_mmd_orchestration_layer_orchestration_comm_1f8cc24c,node_agent_mmd_llm_model_layer_llmlayer_command_specs_782af9fa,node_agent_mmd_memory_vector_layer_memorylayer_comman_111eb454,local_memory_preflight_command_spec_9e23f3ce,memory_gate_command_spec_dc9001a9,review_gate_command_spec_3187376a,session_context_command_spec_973afbb1,node_agent_mmd_llm_model_layer_llmlayer_constants_con_c9bd3f6c,node_agent_mmd_memory_vector_layer_memorylayer_consta_702d3f46,context_compact_policy_3dcaf95d,node_agent_mmd_llm_model_layer_llmlayer_index_index_1_02e160ff,node_agent_mmd_memory_vector_layer_memorylayer_index__752bc61e,node_agent_mmd_llm_model_layer_llmlayer_indexer_index_4f4deef5,node_agent_mmd_memory_vector_layer_memorylayer_indexe_93e6d86f,init_error_5c7dd49f,lexical_fallback_723e2b3e,node_agent_mmd_llm_model_layer_llmlayer_ollama_ollama_968b23fa,node_agent_mmd_memory_vector_layer_memorylayer_ollama_6d51be16,rollout_a4fa034c,sources_878a52fc,store_824d80d7,node_agent_mmd_llm_model_layer_llmlayer_sync_contract_9f3cc8c1,node_agent_mmd_memory_vector_layer_memorylayer_sync_c_e43418bc,types_8_f6283648,harness_run_context_ac7c77a9,index_4_013aa0e3,json_schema_core_96d7e328,node_agent_mmd_orchestration_layer_orchestration_poli_3270b55d,node_agent_mmd_tool_layer_toollayer_policy_validators_af136abf,node_agent_mmd_memory_vector_layer_memorylayer_policy_1944de42,node_agent_mmd_orchestration_layer_orchestration_type_7cf81261,node_agent_mmd_tool_layer_toollayer_types_core_types__6c8319b6,node_agent_mmd_memory_vector_layer_memorylayer_types__83f369fa,node_agent_mmd_orchestration_layer_orchestration_vali_d9fe99e6,node_agent_mmd_tool_layer_toollayer_validator_core_va_6ef6131f,node_agent_mmd_memory_vector_layer_memorylayer_valida_41034356,docs_task_eval_contract_79347457,docs_task_eval_fixtures_44902755,node_agent_mmd_orchestration_layer_orchestration_init_2a9c3ecb,node_agent_mmd_memory_vector_layer_memorylayer_init_m_333d02c5,node_agent_mmd_orchestration_layer_orchestration_proj_6ab6f60f,node_agent_mmd_memory_vector_layer_memorylayer_projec_3ae304d9,scaffold_diagram_templates_dd88e83c,node_agent_mmd_orchestration_layer_orchestration_scaf_12cc07db,node_agent_mmd_memory_vector_layer_memorylayer_scaffo_5fd73b94,node_agent_mmd_orchestration_layer_orchestration_scaf_c9a90c2f,node_agent_mmd_tool_layer_toollayer_scaffold_environm_c1afc013,node_agent_mmd_memory_vector_layer_memorylayer_scaffo_12b42341,scaffold_root_command_templates_404fed7f,scaffold_script_template_registry_69312d4e,scaffold_shell_templates_0ad0f915,scaffold_surfaces_12d6494e,node_agent_mmd_orchestration_layer_orchestration_scaf_ff8f92f6,node_agent_mmd_memory_vector_layer_memorylayer_scaffo_a86eece1,scaffold_workflow_template_92310587,eval_seed_5699fd3e,index_10_f6785a46,review_context_1_e3afed15,memory_gate_1_265164ac,branch_enforcer_acb749cd,cli_args_5_09ea29f0,node_agent_mmd_tool_layer_toollayer_cli_cli_2_1_32d9eeaf,node_agent_mmd_memory_vector_layer_memorylayer_cli_cl_1f1f89ab,node_agent_mmd_tool_layer_toollayer_metrics_tracker_m_4c9237d8,node_agent_mmd_memory_vector_layer_memorylayer_metric_12562178,types_19_eb4ad5f0,validator_5_b19ac2be,node_agent_mmd_orchestration_layer_orchestration_clas_899b821a,node_agent_mmd_memory_vector_layer_memorylayer_classi_1ebbf5ff,node_agent_mmd_orchestration_layer_orchestration_tool_cc43149f,node_agent_mmd_tool_layer_toollayer_tooling_baseline__61e66e9f,node_agent_mmd_memory_vector_layer_memorylayer_toolin_14f86b00,claim_helpers_20dc8387,types_24_c63dc1a7,local_memory_smoke_1175abfc,local_memory_0db17ecc,performance_overload_c685bfcf,node_agent_mmd_orchestration_layer_orchestration_sugg_85c5ebe3,node_agent_mmd_memory_vector_layer_memorylayer_sugges_267f408d,node_agent_mmd_orchestration_layer_orchestration_prom_d17b4de2,node_agent_mmd_llm_model_layer_llmlayer_prompt_contex_81f9066a,node_agent_mmd_tool_layer_toollayer_prompt_context_dr_a2772f2b,node_agent_mmd_memory_vector_layer_memorylayer_prompt_ae34fc43,node_agent_mmd_orchestration_layer_orchestration_prom_77088997,node_agent_mmd_llm_model_layer_llmlayer_prompt_contex_e5066b88,node_agent_mmd_tool_layer_toollayer_prompt_context_dr_bd82da46,node_agent_mmd_memory_vector_layer_memorylayer_prompt_efd77624,node_agent_mmd_llm_model_layer_llmlayer_prompt_contex_6426acc2,node_agent_mmd_memory_vector_layer_memorylayer_prompt_55c0d605,types_31_eb363e20,policy_1_fc4198db,node_agent_mmd_tool_layer_toollayer_runtime_card_code_3636ceac,node_agent_mmd_memory_vector_layer_memorylayer_runtim_a5d23e7f,cli_11_338a8415,collector_0736fd5b,types_34_85e6a0bb,overload_guard_2748c559 memNode
+   class node_agent_mmd_orchestration_layer_orchestration_chec_7fd47f5c,node_agent_mmd_llm_model_layer_llmlayer_check_steerin_0e1bf90d,node_agent_mmd_tool_layer_toollayer_check_steering_fe_eafecf3a,node_agent_mmd_memory_vector_layer_memorylayer_check__64c86928,normalize_workflow_contracts_8701f1c8,sync_codex_preflight_7e7a8dc2,test_harness_upgrade_matrix_84113c4e,node_agent_mmd_llm_model_layer_llmlayer_validate_prom_9880f764,node_agent_mmd_memory_vector_layer_memorylayer_valida_c52c4db8,validate_runtime_packet_schemas_bc3ba8ec,node_agent_mmd_llm_model_layer_llmlayer_validate_syst_5636156e,node_agent_mmd_memory_vector_layer_memorylayer_valida_db599a97,validate_workflow_contracts_33dc063c,branch_protect_core_a8feb0fd,node_agent_mmd_tool_layer_toollayer_ci_migrate_core_c_049f8460,node_agent_mmd_memory_vector_layer_memorylayer_ci_mig_0cd5b1a4,context_health_80bb7da9,node_agent_mmd_llm_model_layer_llmlayer_context_conte_ad2dfbd9,node_agent_mmd_memory_vector_layer_memorylayer_contex_78ceaaa9,docs_gate_core_eb9b6c18,node_agent_mmd_llm_model_layer_llmlayer_index_context_1041bd11,node_agent_mmd_memory_vector_layer_memorylayer_index__6f3402d0,local_memory_preflight_dcc36c42,memory_gate_a577a506,pattern_scope_siblings_43abe000,review_context_ca6cf81d,node_agent_mmd_tool_layer_toollayer_review_gate_core__7704598b,node_agent_mmd_memory_vector_layer_memorylayer_review_5bee9816,node_agent_mmd_llm_model_layer_llmlayer_search_search_66b9a911,node_agent_mmd_memory_vector_layer_memorylayer_search_ac35cb7e,session_context_e5ec72c0,node_agent_mmd_orchestration_layer_orchestration_tool_acfe0c01,node_agent_mmd_memory_vector_layer_memorylayer_toolin_a1185b8f,run_local_memory_preflight_36e92808,node_agent_mmd_orchestration_layer_orchestration_chec_0550c395,node_agent_mmd_tool_layer_toollayer_checker_checker_2_453d593b,node_agent_mmd_memory_vector_layer_memorylayer_checke_a583eb4f,node_agent_mmd_orchestration_layer_orchestration_cont_61b3b9c9,node_agent_mmd_llm_model_layer_llmlayer_context_healt_cfc0bfa8,node_agent_mmd_memory_vector_layer_memorylayer_contex_3204aa0e,node_agent_mmd_orchestration_layer_orchestration_type_4f906dcc,node_agent_mmd_memory_vector_layer_memorylayer_types__9ad640a0,branch_protect_sync_570adb18,node_agent_mmd_tool_layer_toollayer_command_capabilit_e97a4615,node_agent_mmd_memory_vector_layer_memorylayer_comman_c72a5d05,node_agent_mmd_orchestration_layer_orchestration_comm_1f8cc24c,node_agent_mmd_llm_model_layer_llmlayer_command_specs_782af9fa,node_agent_mmd_memory_vector_layer_memorylayer_comman_111eb454,local_memory_preflight_command_spec_9e23f3ce,memory_gate_command_spec_dc9001a9,review_gate_command_spec_3187376a,session_context_command_spec_973afbb1,node_agent_mmd_llm_model_layer_llmlayer_constants_con_c9bd3f6c,node_agent_mmd_memory_vector_layer_memorylayer_consta_702d3f46,context_compact_policy_3dcaf95d,node_agent_mmd_llm_model_layer_llmlayer_index_index_1_02e160ff,node_agent_mmd_memory_vector_layer_memorylayer_index__752bc61e,node_agent_mmd_llm_model_layer_llmlayer_indexer_index_4f4deef5,node_agent_mmd_memory_vector_layer_memorylayer_indexe_93e6d86f,init_error_5c7dd49f,lexical_fallback_723e2b3e,node_agent_mmd_llm_model_layer_llmlayer_ollama_ollama_968b23fa,node_agent_mmd_memory_vector_layer_memorylayer_ollama_6d51be16,rollout_a4fa034c,sources_878a52fc,store_824d80d7,node_agent_mmd_llm_model_layer_llmlayer_sync_contract_9f3cc8c1,node_agent_mmd_memory_vector_layer_memorylayer_sync_c_e43418bc,types_8_f6283648,harness_run_context_ac7c77a9,index_4_013aa0e3,json_schema_core_96d7e328,node_agent_mmd_orchestration_layer_orchestration_poli_3270b55d,node_agent_mmd_tool_layer_toollayer_policy_validators_af136abf,node_agent_mmd_memory_vector_layer_memorylayer_policy_1944de42,node_agent_mmd_orchestration_layer_orchestration_type_7cf81261,node_agent_mmd_tool_layer_toollayer_types_core_types__6c8319b6,node_agent_mmd_memory_vector_layer_memorylayer_types__83f369fa,node_agent_mmd_orchestration_layer_orchestration_vali_d9fe99e6,node_agent_mmd_tool_layer_toollayer_validator_core_va_6ef6131f,node_agent_mmd_memory_vector_layer_memorylayer_valida_41034356,archive_candidates_dc0e40e1,docs_task_eval_contract_79347457,docs_task_eval_fixtures_44902755,node_agent_mmd_orchestration_layer_orchestration_init_2a9c3ecb,node_agent_mmd_memory_vector_layer_memorylayer_init_m_333d02c5,node_agent_mmd_orchestration_layer_orchestration_proj_6ab6f60f,node_agent_mmd_memory_vector_layer_memorylayer_projec_3ae304d9,scaffold_diagram_templates_dd88e83c,node_agent_mmd_orchestration_layer_orchestration_scaf_12cc07db,node_agent_mmd_memory_vector_layer_memorylayer_scaffo_5fd73b94,node_agent_mmd_orchestration_layer_orchestration_scaf_c9a90c2f,node_agent_mmd_tool_layer_toollayer_scaffold_environm_c1afc013,node_agent_mmd_memory_vector_layer_memorylayer_scaffo_12b42341,scaffold_root_command_templates_404fed7f,scaffold_script_template_registry_69312d4e,scaffold_shell_templates_0ad0f915,scaffold_surfaces_12d6494e,node_agent_mmd_orchestration_layer_orchestration_scaf_ff8f92f6,node_agent_mmd_memory_vector_layer_memorylayer_scaffo_a86eece1,scaffold_workflow_template_92310587,eval_seed_5699fd3e,index_10_f6785a46,review_context_1_e3afed15,memory_gate_1_265164ac,branch_enforcer_acb749cd,cli_args_5_09ea29f0,node_agent_mmd_tool_layer_toollayer_cli_cli_2_1_32d9eeaf,node_agent_mmd_memory_vector_layer_memorylayer_cli_cl_1f1f89ab,node_agent_mmd_tool_layer_toollayer_metrics_tracker_m_4c9237d8,node_agent_mmd_memory_vector_layer_memorylayer_metric_12562178,types_19_eb4ad5f0,validator_5_b19ac2be,node_agent_mmd_orchestration_layer_orchestration_clas_899b821a,node_agent_mmd_memory_vector_layer_memorylayer_classi_1ebbf5ff,node_agent_mmd_orchestration_layer_orchestration_tool_cc43149f,node_agent_mmd_tool_layer_toollayer_tooling_baseline__61e66e9f,node_agent_mmd_memory_vector_layer_memorylayer_toolin_14f86b00,claim_helpers_20dc8387,types_24_c63dc1a7,local_memory_smoke_1175abfc,local_memory_0db17ecc,performance_overload_c685bfcf,node_agent_mmd_orchestration_layer_orchestration_sugg_85c5ebe3,node_agent_mmd_memory_vector_layer_memorylayer_sugges_267f408d,node_agent_mmd_orchestration_layer_orchestration_prom_d17b4de2,node_agent_mmd_llm_model_layer_llmlayer_prompt_contex_81f9066a,node_agent_mmd_tool_layer_toollayer_prompt_context_dr_a2772f2b,node_agent_mmd_memory_vector_layer_memorylayer_prompt_ae34fc43,node_agent_mmd_orchestration_layer_orchestration_prom_77088997,node_agent_mmd_llm_model_layer_llmlayer_prompt_contex_e5066b88,node_agent_mmd_tool_layer_toollayer_prompt_context_dr_bd82da46,node_agent_mmd_memory_vector_layer_memorylayer_prompt_efd77624,node_agent_mmd_llm_model_layer_llmlayer_prompt_contex_6426acc2,node_agent_mmd_memory_vector_layer_memorylayer_prompt_55c0d605,types_31_eb363e20,policy_1_fc4198db,node_agent_mmd_tool_layer_toollayer_runtime_card_code_3636ceac,node_agent_mmd_memory_vector_layer_memorylayer_runtim_a5d23e7f,cli_11_338a8415,collector_0736fd5b,types_34_85e6a0bb,overload_guard_2748c559 memNode
